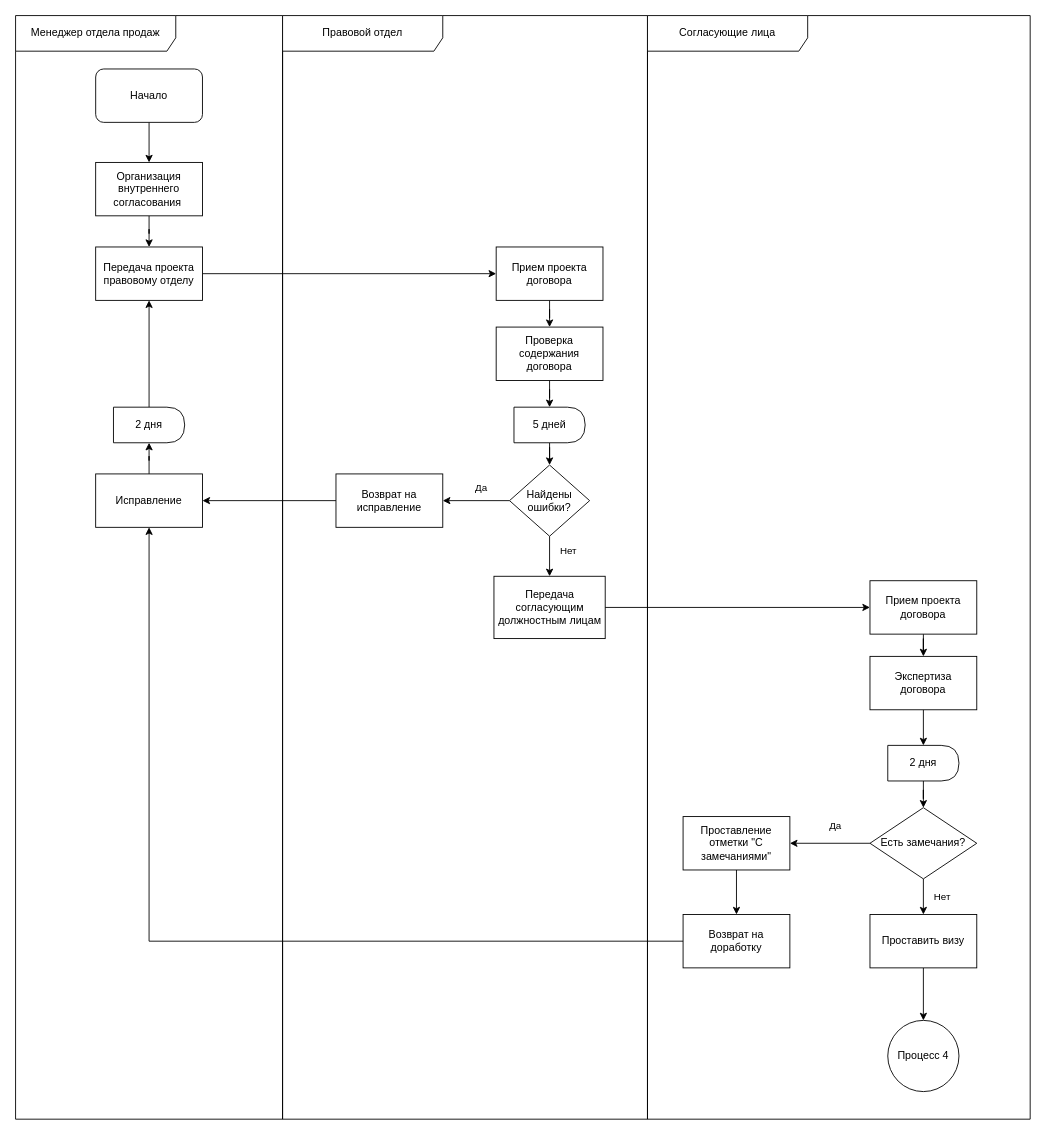
Earlier version of the draw.io diagram page "Страница — 3" (3 of 5) of 3 курс/5 семестр/Моделирование бизнес-процессов/Практика 27/pr27.drawio (Kirill010/RTU-MIREA). Source tidied: cells renumbered, new cells numbered last; positions are measured from the earlier drawing's top-left corner, leaving out a move shared by most shapes. Both pictures are drawn from the tidied source at 89%, with x=0, y=0 at pixel (15, 15).
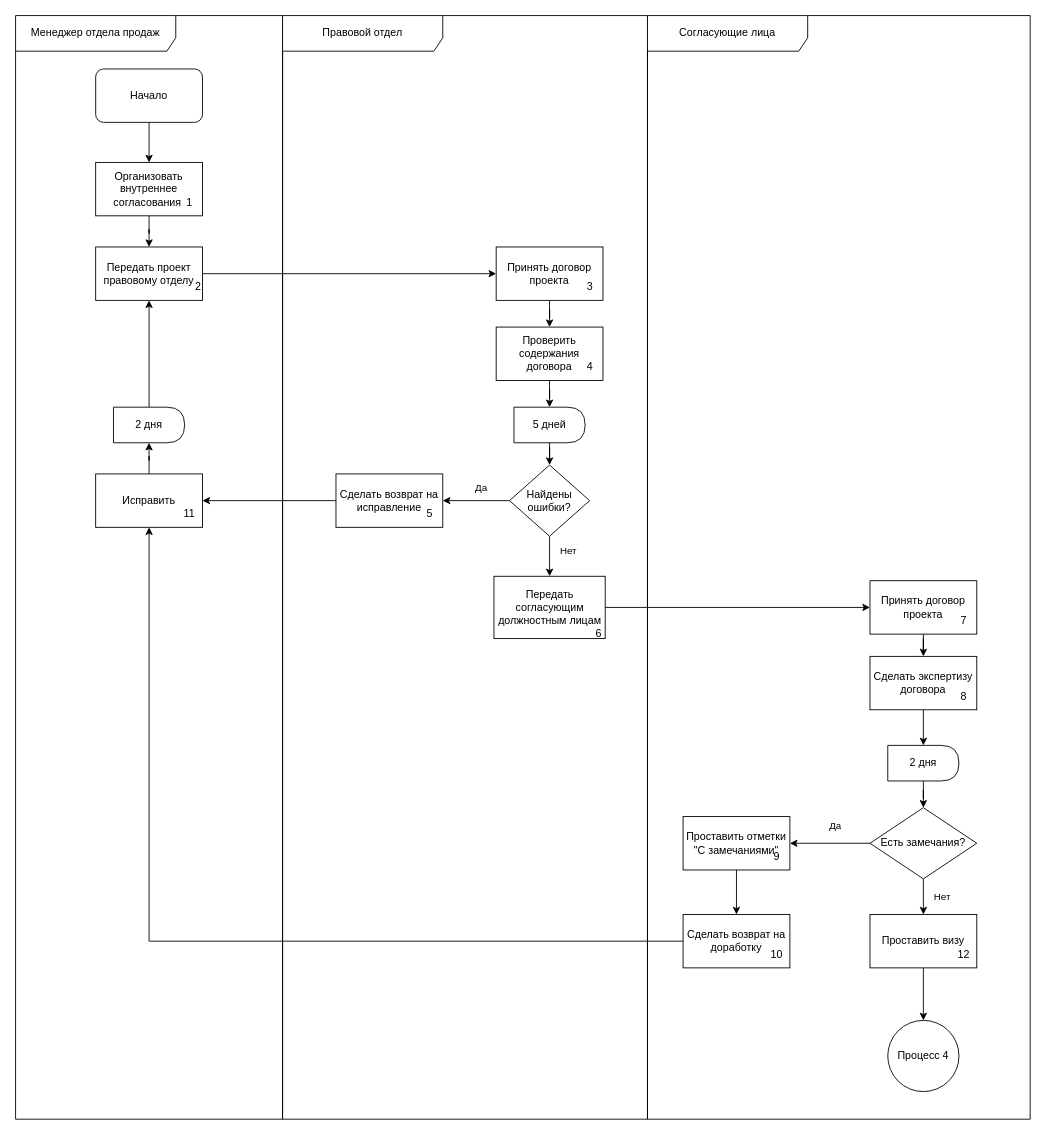
The same diagram, later.

What changed in the source:
```diff
@@
-    <mxCell id="6" value="Организация внутреннего согласования&amp;nbsp;" style="rounded=0;whiteSpace=wrap;html=1;" parent="1" vertex="1">
+    <mxCell id="6" value="Организовать внутреннее согласования&amp;nbsp;" style="rounded=0;whiteSpace=wrap;html=1;" parent="1" vertex="1">
       <mxGeometry x="90" y="165" width="120" height="60" as="geometry" />
     </mxCell>
@@
-    <mxCell id="9" value="Прием проекта договора" style="rounded=0;whiteSpace=wrap;html=1;" parent="1" vertex="1">
+    <mxCell id="9" value="Принять договор проекта" style="rounded=0;whiteSpace=wrap;html=1;" parent="1" vertex="1">
       <mxGeometry x="540" y="260" width="120" height="60" as="geometry" />
     </mxCell>
@@
-    <mxCell id="12" value="Прием проекта договора" style="rounded=0;whiteSpace=wrap;html=1;" parent="1" vertex="1">
+    <mxCell id="12" value="Принять договор проекта" style="rounded=0;whiteSpace=wrap;html=1;" parent="1" vertex="1">
       <mxGeometry x="960" y="635" width="120" height="60" as="geometry" />
     </mxCell>
@@
-    <mxCell id="14" value="Передача проекта правовому отделу" style="rounded=0;whiteSpace=wrap;html=1;" parent="1" vertex="1">
+    <mxCell id="14" value="Передать проект правовому отделу" style="rounded=0;whiteSpace=wrap;html=1;" parent="1" vertex="1">
       <mxGeometry x="90" y="260" width="120" height="60" as="geometry" />
     </mxCell>
@@
-    <mxCell id="16" value="Проверка содержания договора" style="rounded=0;whiteSpace=wrap;html=1;" parent="1" vertex="1">
+    <mxCell id="16" value="Проверить содержания договора" style="rounded=0;whiteSpace=wrap;html=1;" parent="1" vertex="1">
       <mxGeometry x="540" y="350" width="120" height="60" as="geometry" />
     </mxCell>
@@
-    <mxCell id="25" value="Возврат на исправление" style="rounded=0;whiteSpace=wrap;html=1;" parent="1" vertex="1">
+    <mxCell id="25" value="Сделать возврат на исправление" style="rounded=0;whiteSpace=wrap;html=1;" parent="1" vertex="1">
       <mxGeometry x="360" y="515" width="120" height="60" as="geometry" />
     </mxCell>
@@
-    <mxCell id="27" value="Исправление" style="rounded=0;whiteSpace=wrap;html=1;" parent="1" vertex="1">
+    <mxCell id="27" value="Исправить" style="rounded=0;whiteSpace=wrap;html=1;" parent="1" vertex="1">
       <mxGeometry x="90" y="515" width="120" height="60" as="geometry" />
     </mxCell>
@@
-    <mxCell id="30" value="Передача согласующим должностным лицам" style="rounded=0;whiteSpace=wrap;html=1;" parent="1" vertex="1">
+    <mxCell id="30" value="Передать согласующим должностным лицам" style="rounded=0;whiteSpace=wrap;html=1;" parent="1" vertex="1">
       <mxGeometry x="537.5" y="630" width="125" height="70" as="geometry" />
     </mxCell>
@@
-    <mxCell id="33" value="Экспертиза договора" style="rounded=0;whiteSpace=wrap;html=1;" parent="1" vertex="1">
+    <mxCell id="33" value="Сделать экспертизу договора" style="rounded=0;whiteSpace=wrap;html=1;" parent="1" vertex="1">
       <mxGeometry x="960" y="720" width="120" height="60" as="geometry" />
     </mxCell>
@@
-    <mxCell id="45" value="Проставление отметки &quot;С замечаниями&quot;" style="rounded=0;whiteSpace=wrap;html=1;" parent="1" vertex="1">
+    <mxCell id="45" value="Проставить отметки &quot;С замечаниями&quot;" style="rounded=0;whiteSpace=wrap;html=1;" parent="1" vertex="1">
       <mxGeometry x="750" y="900" width="120" height="60" as="geometry" />
     </mxCell>
-    <mxCell id="46" value="Возврат на доработку" style="rounded=0;whiteSpace=wrap;html=1;" parent="1" vertex="1">
+    <mxCell id="46" value="Сделать возврат на доработку" style="rounded=0;whiteSpace=wrap;html=1;" parent="1" vertex="1">
       <mxGeometry x="750" y="1010" width="120" height="60" as="geometry" />
     </mxCell>
@@
+    <mxCell id="48" value="1" style="text;html=1;align=center;verticalAlign=middle;strokeColor=none;fillColor=none;" parent="1" vertex="1">
+      <mxGeometry x="180" y="195" width="30" height="30" as="geometry" />
+    </mxCell>
+    <mxCell id="49" value="2" style="text;html=1;align=center;verticalAlign=middle;strokeColor=none;fillColor=none;" parent="1" vertex="1">
+      <mxGeometry x="190" y="290" width="30" height="30" as="geometry" />
+    </mxCell>
+    <mxCell id="50" value="3" style="text;html=1;align=center;verticalAlign=middle;strokeColor=none;fillColor=none;" parent="1" vertex="1">
+      <mxGeometry x="630" y="290" width="30" height="30" as="geometry" />
+    </mxCell>
+    <mxCell id="51" value="4" style="text;html=1;align=center;verticalAlign=middle;strokeColor=none;fillColor=none;" parent="1" vertex="1">
+      <mxGeometry x="630" y="380" width="30" height="30" as="geometry" />
+    </mxCell>
+    <mxCell id="52" value="5" style="text;html=1;align=center;verticalAlign=middle;strokeColor=none;fillColor=none;" parent="1" vertex="1">
+      <mxGeometry x="450" y="545" width="30" height="30" as="geometry" />
+    </mxCell>
+    <mxCell id="53" value="6" style="text;html=1;align=center;verticalAlign=middle;strokeColor=none;fillColor=none;" parent="1" vertex="1">
+      <mxGeometry x="640" y="680" width="30" height="30" as="geometry" />
+    </mxCell>
+    <mxCell id="54" value="11" style="text;html=1;align=center;verticalAlign=middle;strokeColor=none;fillColor=none;" parent="1" vertex="1">
+      <mxGeometry x="175" y="545" width="40" height="30" as="geometry" />
+    </mxCell>
+    <mxCell id="55" value="7" style="text;html=1;align=center;verticalAlign=middle;strokeColor=none;fillColor=none;" parent="1" vertex="1">
+      <mxGeometry x="1050" y="665" width="30" height="30" as="geometry" />
+    </mxCell>
+    <mxCell id="56" value="8" style="text;html=1;align=center;verticalAlign=middle;strokeColor=none;fillColor=none;" parent="1" vertex="1">
+      <mxGeometry x="1050" y="750" width="30" height="30" as="geometry" />
+    </mxCell>
+    <mxCell id="57" value="9" style="text;html=1;align=center;verticalAlign=middle;strokeColor=none;fillColor=none;" parent="1" vertex="1">
+      <mxGeometry x="840" y="930" width="30" height="30" as="geometry" />
+    </mxCell>
+    <mxCell id="58" value="10" style="text;html=1;align=center;verticalAlign=middle;strokeColor=none;fillColor=none;" parent="1" vertex="1">
+      <mxGeometry x="835" y="1040" width="40" height="30" as="geometry" />
+    </mxCell>
+    <mxCell id="59" value="12" style="text;html=1;align=center;verticalAlign=middle;strokeColor=none;fillColor=none;" parent="1" vertex="1">
+      <mxGeometry x="1045" y="1040" width="40" height="30" as="geometry" />
+    </mxCell>
```
